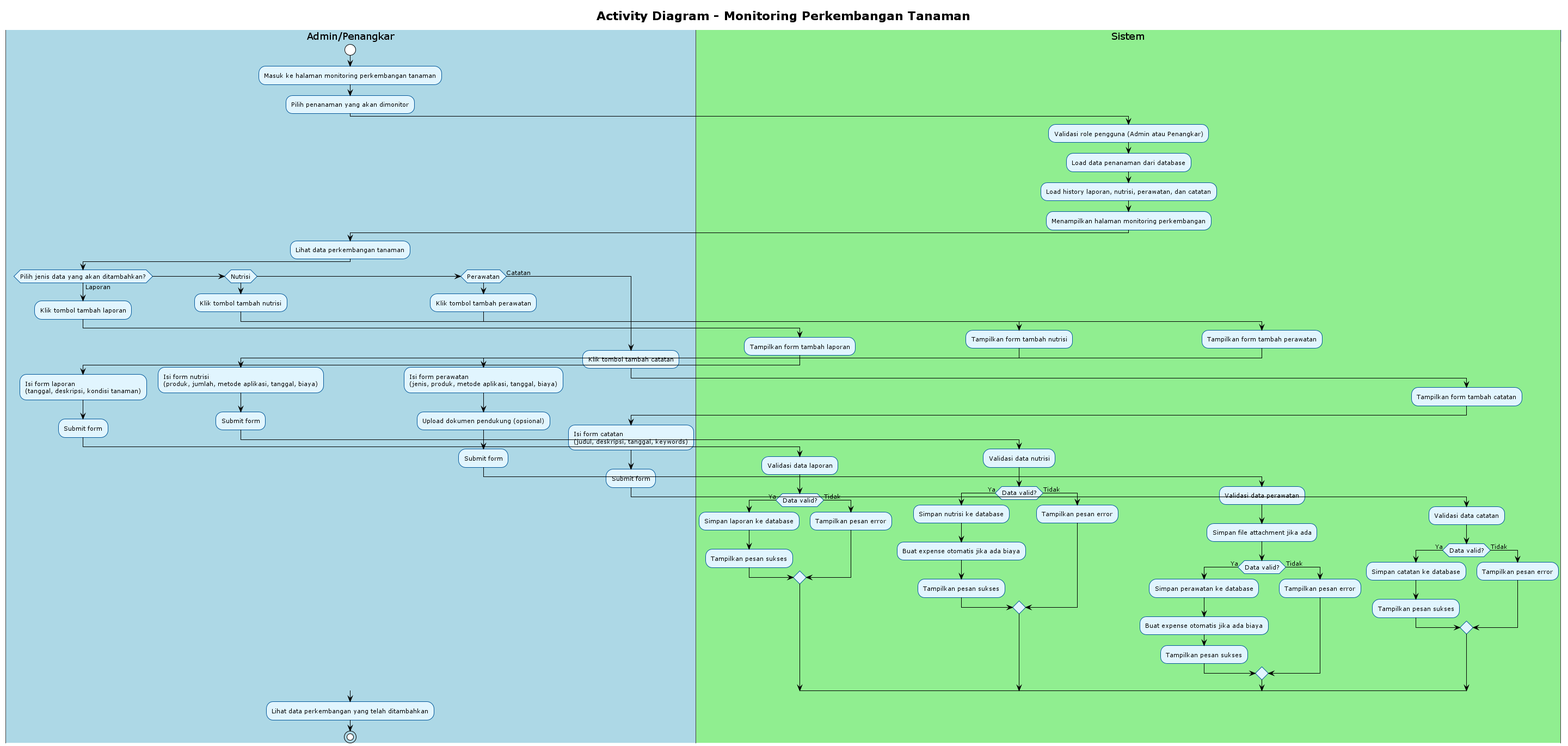
Rifkiwastaken/example-app keeps this PlantUML diagram as out/uml/activity/Activity new/06_monitoring_perkembangan_tanaman/06_monitoring_perkembangan_tanaman.png. Above is the earlier version. Source of this version:
```plantuml
@startuml
!theme plain
skinparam activity {
    BackgroundColor #E1F5FE
    BorderColor #01579B
    FontSize 11
}
skinparam swimlane {
    BackgroundColor #F5F5F5
    BorderColor #424242
    TitleBackgroundColor #BBDEFB
    TitleBorderColor #1976D2
}

title Activity Diagram - Monitoring Perkembangan Tanaman

|#LightBlue|Admin/Penangkar|
start
:Masuk ke halaman monitoring perkembangan tanaman;
:Pilih penanaman yang akan dimonitor;

|#LightGreen|Sistem|
:Validasi role pengguna (Admin atau Penangkar);
:Load data penanaman dari database;
:Load history laporan, nutrisi, perawatan, dan catatan;
:Menampilkan halaman monitoring perkembangan;

|#LightBlue|Admin/Penangkar|
:Lihat data perkembangan tanaman;

if (Pilih jenis data yang akan ditambahkan?) then (Laporan)
    |#LightBlue|Admin/Penangkar|
    :Klik tombol tambah laporan;
    |#LightGreen|Sistem|
    :Tampilkan form tambah laporan;
    |#LightBlue|Admin/Penangkar|
    :Isi form laporan\n(tanggal, deskripsi, kondisi tanaman);
    :Submit form;
    |#LightGreen|Sistem|
    :Validasi data laporan;
    if (Data valid?) then (Ya)
        :Simpan laporan ke database;
        :Tampilkan pesan sukses;
    else (Tidak)
        :Tampilkan pesan error;
    endif
elseif (Nutrisi) then
    |#LightBlue|Admin/Penangkar|
    :Klik tombol tambah nutrisi;
    |#LightGreen|Sistem|
    :Tampilkan form tambah nutrisi;
    |#LightBlue|Admin/Penangkar|
    :Isi form nutrisi\n(produk, jumlah, metode aplikasi, tanggal, biaya);
    :Submit form;
    |#LightGreen|Sistem|
    :Validasi data nutrisi;
    if (Data valid?) then (Ya)
        :Simpan nutrisi ke database;
        :Buat expense otomatis jika ada biaya;
        :Tampilkan pesan sukses;
    else (Tidak)
        :Tampilkan pesan error;
    endif
elseif (Perawatan) then
    |#LightBlue|Admin/Penangkar|
    :Klik tombol tambah perawatan;
    |#LightGreen|Sistem|
    :Tampilkan form tambah perawatan;
    |#LightBlue|Admin/Penangkar|
    :Isi form perawatan\n(jenis, produk, metode aplikasi, tanggal, biaya);
    :Upload dokumen pendukung (opsional);
    :Submit form;
    |#LightGreen|Sistem|
    :Validasi data perawatan;
    :Simpan file attachment jika ada;
    if (Data valid?) then (Ya)
        :Simpan perawatan ke database;
        :Buat expense otomatis jika ada biaya;
        :Tampilkan pesan sukses;
    else (Tidak)
        :Tampilkan pesan error;
    endif
else (Catatan)
    |#LightBlue|Admin/Penangkar|
    :Klik tombol tambah catatan;
    |#LightGreen|Sistem|
    :Tampilkan form tambah catatan;
    |#LightBlue|Admin/Penangkar|
    :Isi form catatan\n(judul, deskripsi, tanggal, keywords);
    :Submit form;
    |#LightGreen|Sistem|
    :Validasi data catatan;
    if (Data valid?) then (Ya)
        :Simpan catatan ke database;
        :Tampilkan pesan sukses;
    else (Tidak)
        :Tampilkan pesan error;
    endif
endif

|#LightBlue|Admin/Penangkar|
:Lihat data perkembangan yang telah ditambahkan;

stop

@enduml
```
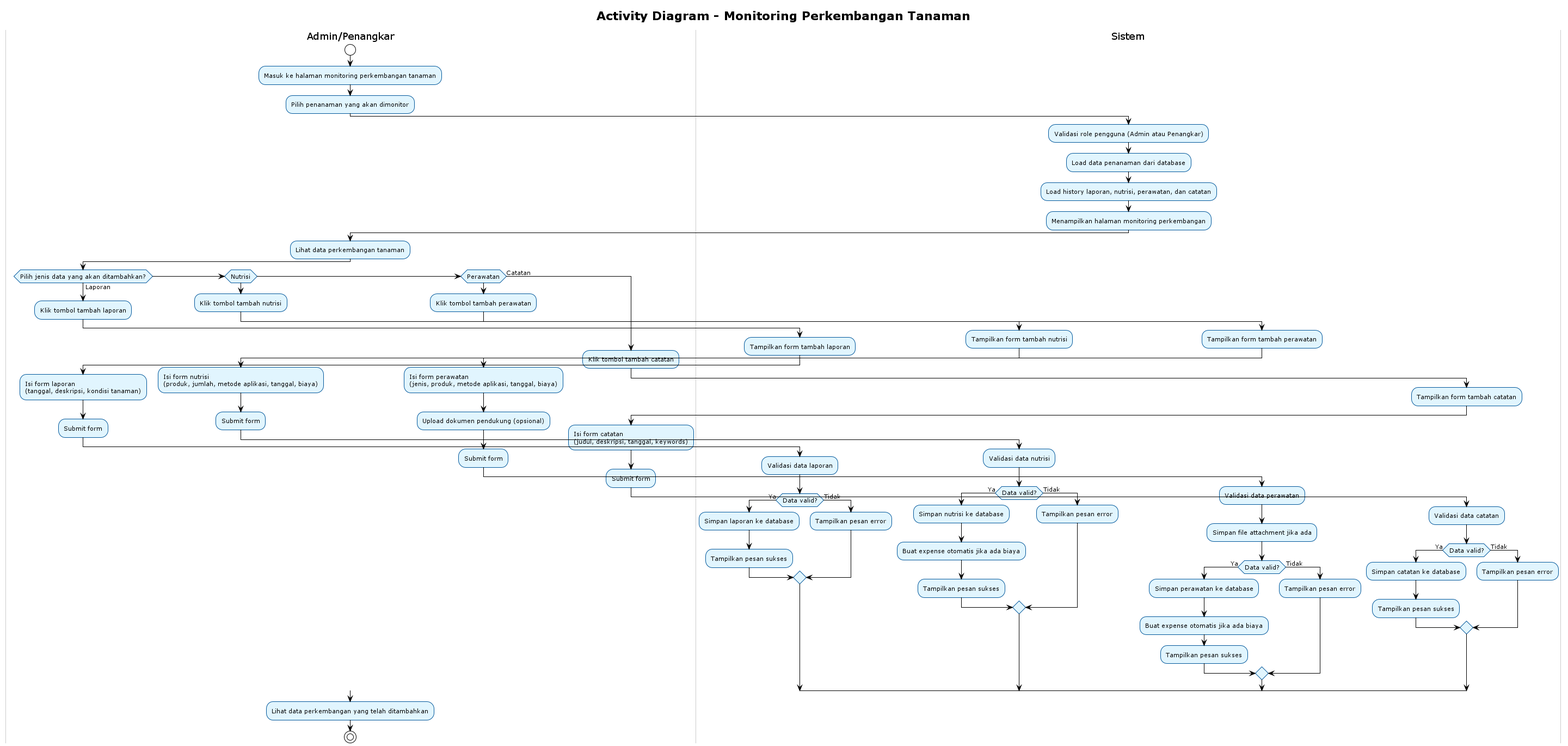
The same file after the commit.

What changed in the source:
```diff
@@ -1,42 +1,43 @@
 @startuml
 !theme plain
+skinparam backgroundColor white
 skinparam activity {
     BackgroundColor #E1F5FE
     BorderColor #01579B
     FontSize 11
 }
 skinparam swimlane {
-    BackgroundColor #F5F5F5
-    BorderColor #424242
-    TitleBackgroundColor #BBDEFB
-    TitleBorderColor #1976D2
+    BackgroundColor White
+    BorderColor #CCCCCC
+    TitleBackgroundColor White
+    TitleBorderColor #999999
 }
 
 title Activity Diagram - Monitoring Perkembangan Tanaman
 
-|#LightBlue|Admin/Penangkar|
+|#White|Admin/Penangkar|
 start
 :Masuk ke halaman monitoring perkembangan tanaman;
 :Pilih penanaman yang akan dimonitor;
 
-|#LightGreen|Sistem|
+|#White|Sistem|
 :Validasi role pengguna (Admin atau Penangkar);
 :Load data penanaman dari database;
 :Load history laporan, nutrisi, perawatan, dan catatan;
 :Menampilkan halaman monitoring perkembangan;
 
-|#LightBlue|Admin/Penangkar|
+|#White|Admin/Penangkar|
 :Lihat data perkembangan tanaman;
 
 if (Pilih jenis data yang akan ditambahkan?) then (Laporan)
-    |#LightBlue|Admin/Penangkar|
+    |#White|Admin/Penangkar|
     :Klik tombol tambah laporan;
-    |#LightGreen|Sistem|
+    |#White|Sistem|
     :Tampilkan form tambah laporan;
-    |#LightBlue|Admin/Penangkar|
+    |#White|Admin/Penangkar|
     :Isi form laporan\n(tanggal, deskripsi, kondisi tanaman);
     :Submit form;
-    |#LightGreen|Sistem|
+    |#White|Sistem|
     :Validasi data laporan;
     if (Data valid?) then (Ya)
         :Simpan laporan ke database;
@@ -45,14 +46,14 @@
         :Tampilkan pesan error;
     endif
 elseif (Nutrisi) then
-    |#LightBlue|Admin/Penangkar|
+    |#White|Admin/Penangkar|
     :Klik tombol tambah nutrisi;
-    |#LightGreen|Sistem|
+    |#White|Sistem|
     :Tampilkan form tambah nutrisi;
-    |#LightBlue|Admin/Penangkar|
+    |#White|Admin/Penangkar|
     :Isi form nutrisi\n(produk, jumlah, metode aplikasi, tanggal, biaya);
     :Submit form;
-    |#LightGreen|Sistem|
+    |#White|Sistem|
     :Validasi data nutrisi;
     if (Data valid?) then (Ya)
         :Simpan nutrisi ke database;
@@ -62,15 +63,15 @@
         :Tampilkan pesan error;
     endif
 elseif (Perawatan) then
-    |#LightBlue|Admin/Penangkar|
+    |#White|Admin/Penangkar|
     :Klik tombol tambah perawatan;
-    |#LightGreen|Sistem|
+    |#White|Sistem|
     :Tampilkan form tambah perawatan;
-    |#LightBlue|Admin/Penangkar|
+    |#White|Admin/Penangkar|
     :Isi form perawatan\n(jenis, produk, metode aplikasi, tanggal, biaya);
     :Upload dokumen pendukung (opsional);
     :Submit form;
-    |#LightGreen|Sistem|
+    |#White|Sistem|
     :Validasi data perawatan;
     :Simpan file attachment jika ada;
     if (Data valid?) then (Ya)
@@ -81,14 +82,14 @@
         :Tampilkan pesan error;
     endif
 else (Catatan)
-    |#LightBlue|Admin/Penangkar|
+    |#White|Admin/Penangkar|
     :Klik tombol tambah catatan;
-    |#LightGreen|Sistem|
+    |#White|Sistem|
     :Tampilkan form tambah catatan;
-    |#LightBlue|Admin/Penangkar|
+    |#White|Admin/Penangkar|
     :Isi form catatan\n(judul, deskripsi, tanggal, keywords);
     :Submit form;
-    |#LightGreen|Sistem|
+    |#White|Sistem|
     :Validasi data catatan;
     if (Data valid?) then (Ya)
         :Simpan catatan ke database;
@@ -98,7 +99,7 @@
     endif
 endif
 
-|#LightBlue|Admin/Penangkar|
+|#White|Admin/Penangkar|
 :Lihat data perkembangan yang telah ditambahkan;
 
 stop
```
